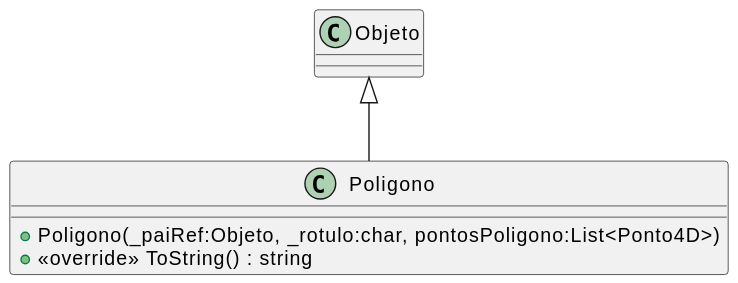
Before: Unidade3/CG_N3_Exemplo/svg/plantuml/Poligono.svg, a diagram exported from PlantUML (gcgfurb/disciplinaCg_2024-1_not_equipe-06). Source of this version:
```plantuml
@startuml
class Poligono {
    + Poligono(_paiRef:Objeto, _rotulo:char, pontosPoligono:List<Ponto4D>)
    + <<override>> ToString() : string
}
Objeto <|-- Poligono
@enduml
```
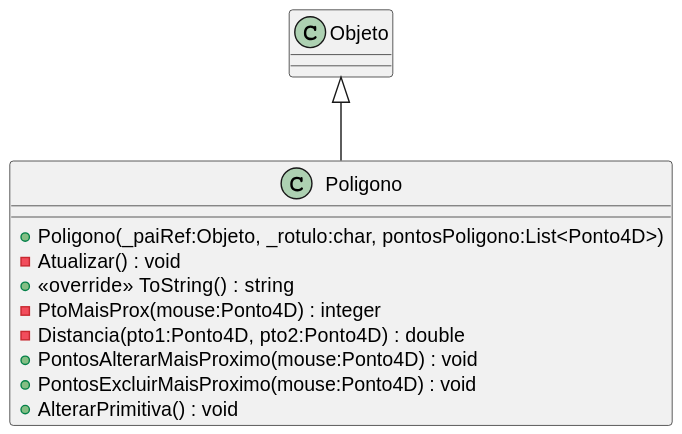
After the change.

Diff of the diagram source:
```diff
@@ -1,7 +1,14 @@
 @startuml
 class Poligono {
     + Poligono(_paiRef:Objeto, _rotulo:char, pontosPoligono:List<Ponto4D>)
+    - Atualizar() : void
     + <<override>> ToString() : string
+    - PtoMaisProx(mouse:Ponto4D) : integer
+    - Distancia(pto1:Ponto4D, pto2:Ponto4D) : double
+    + PontosAlterarMaisProximo(mouse:Ponto4D) : void
+    + PontosExcluirMaisProximo(mouse:Ponto4D) : void
+    + AlterarPrimitiva() : void
+
 }
 Objeto <|-- Poligono
 @enduml
```
